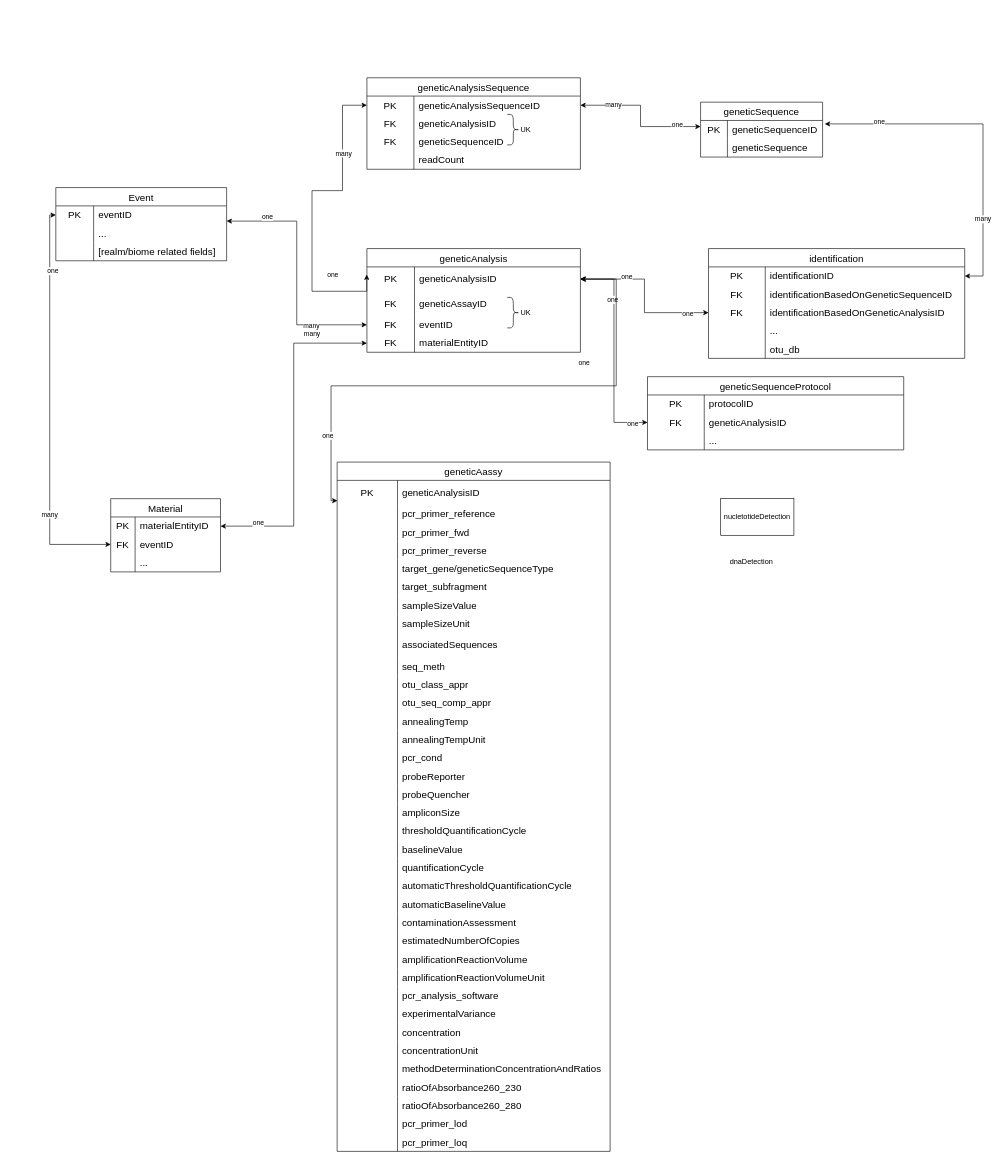
Before: Unavngivet diagram.drawio in thomasstjerne/seq-data-model, a draw.io diagram. Source tidied: cells renumbered, new cells numbered last; positions are measured from the earlier drawing's top-left corner, leaving out a move shared by most shapes. Both pictures are drawn from the tidied source at 61%, with x=0, y=0 at pixel (56, 10).
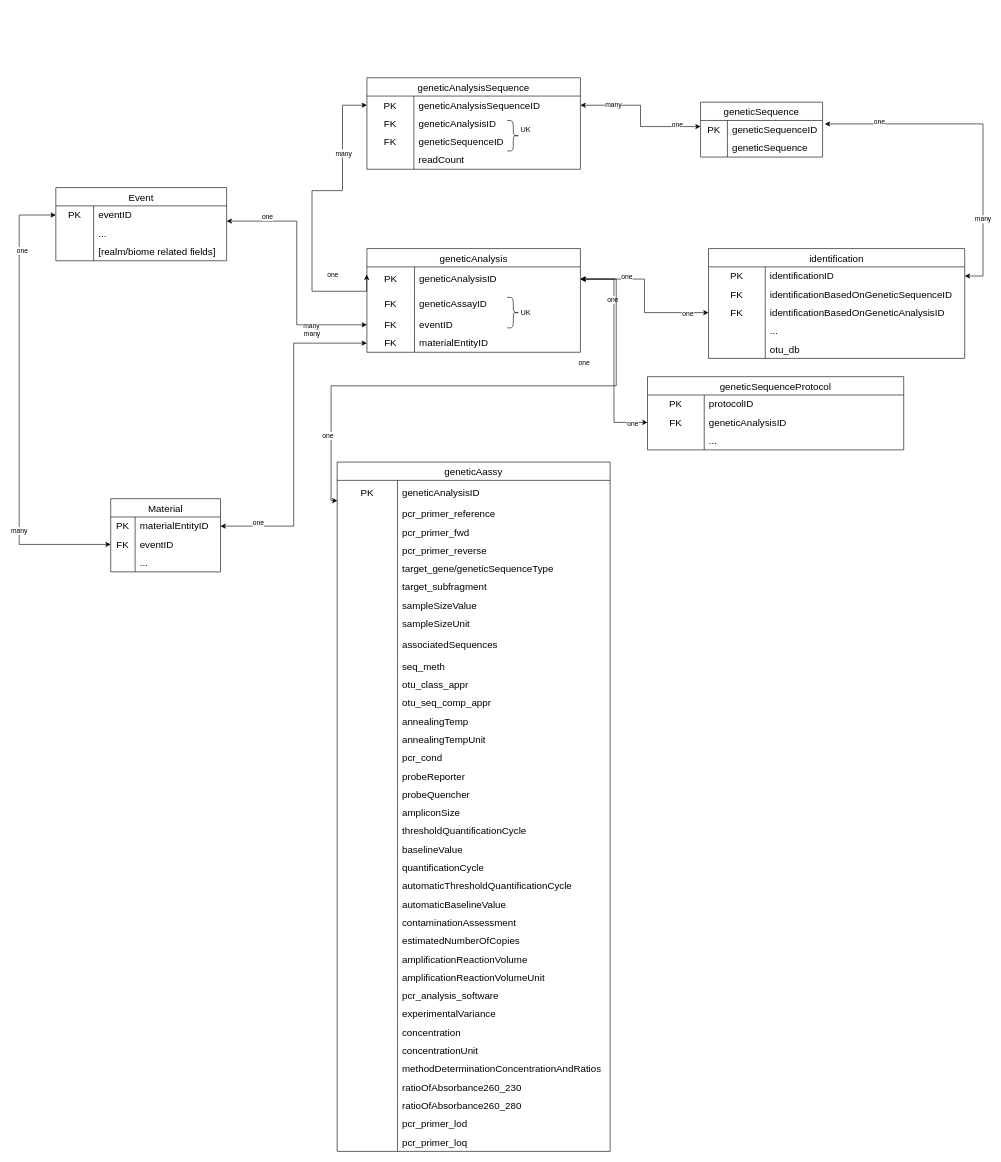
The same diagram, later.

Unchanged cells that the change refers to:
```xml
<mxCell id="67" style="shape=tableRow;horizontal=0;startSize=0;swimlaneHead=0;swimlaneBody=0;top=0;left=0;bottom=0;right=0;fillColor=none;points=[[0,0.5],[1,0.5]];portConstraint=eastwest;strokeColor=inherit;fontSize=16;" parent="66" vertex="1">
  <mxGeometry y="30" width="280" height="30" as="geometry" />
</mxCell>
<mxCell id="83" style="shape=tableRow;horizontal=0;startSize=0;swimlaneHead=0;swimlaneBody=0;top=0;left=0;bottom=0;right=0;fillColor=none;points=[[0,0.5],[1,0.5]];portConstraint=eastwest;strokeColor=inherit;fontSize=16;" parent="79" vertex="1">
  <mxGeometry y="60" width="180" height="30" as="geometry" />
</mxCell>
```

What changed in the source:
```diff
@@
     <mxCell id="14" style="endArrow=classic;startArrow=classic;html=1;rounded=0;exitX=0;exitY=0.5;exitDx=0;exitDy=0;entryX=0;entryY=0.5;entryDx=0;entryDy=0;edgeStyle=orthogonalEdgeStyle;" parent="1" edge="1" source="83" target="67">
-      <mxGeometry relative="1" as="geometry" />
+      <mxGeometry relative="1" as="geometry">
+        <Array as="points">
+          <mxPoint x="-60" y="875" />
+          <mxPoint x="-60" y="335" />
+        </Array>
+      </mxGeometry>
     </mxCell>
@@
     <mxCell id="89" style="shape=curlyBracket;whiteSpace=wrap;html=1;rounded=1;flipH=1;labelPosition=right;verticalLabelPosition=middle;align=left;verticalAlign=middle;" parent="1" vertex="1">
-      <mxGeometry x="740" y="170" width="20" height="50" as="geometry" />
+      <mxGeometry x="740" y="180" width="20" height="50" as="geometry" />
     </mxCell>
@@
-    <mxCell id="107" value="nucletotideDetection" style="whiteSpace=wrap;html=1;" parent="1" vertex="1">
-      <mxGeometry x="1090" y="800" width="120" height="60" as="geometry" />
-    </mxCell>
-    <mxCell id="108" value="dnaDetection" style="text;html=1;align=center;verticalAlign=middle;strokeColor=none;fillColor=none;" parent="1" vertex="1">
-      <mxGeometry x="1095" y="888" width="90" height="30" as="geometry" />
-    </mxCell>
```
